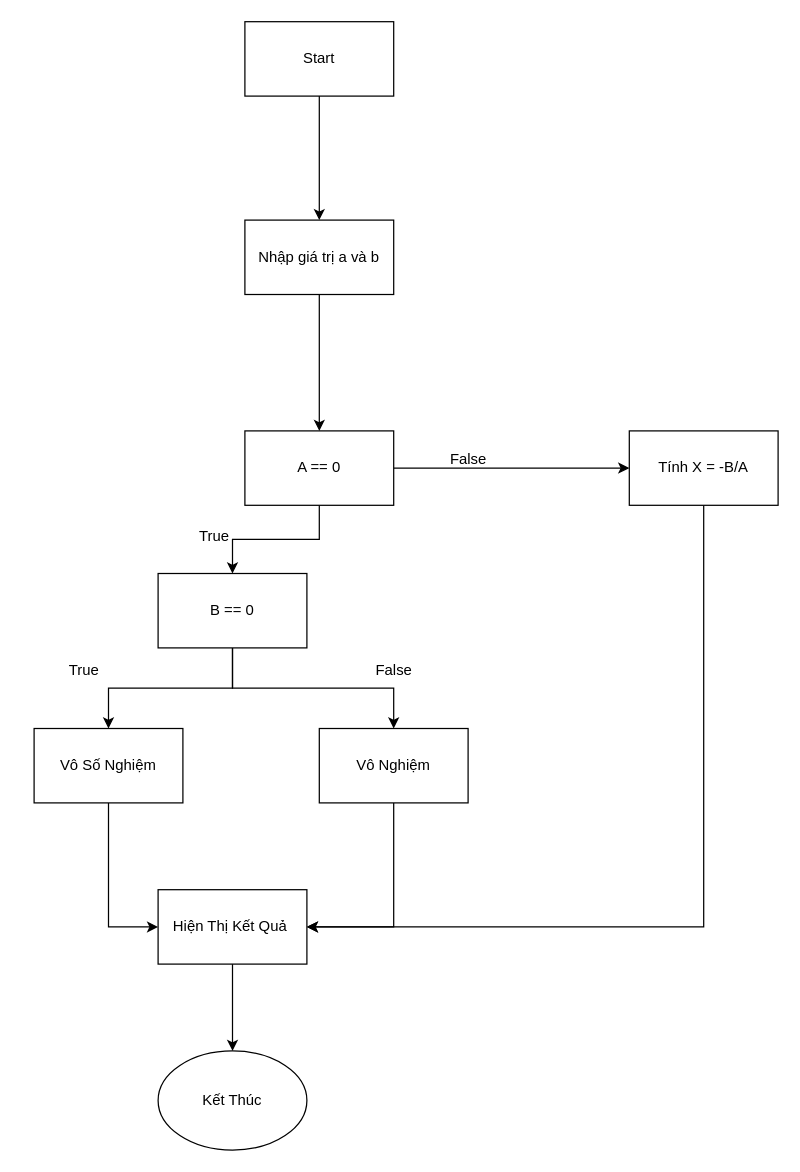
phamcongthanhvn2k6/draw.io keeps this draw.io diagram as phuongtrinhbacnhat.drawio. Above is the earlier version. Source tidied: cells renumbered, new cells numbered last; positions are measured from the earlier drawing's top-left corner, leaving out a move shared by most shapes. Both pictures are drawn from the tidied source at 124%, with x=0, y=0 at pixel (33, 21).
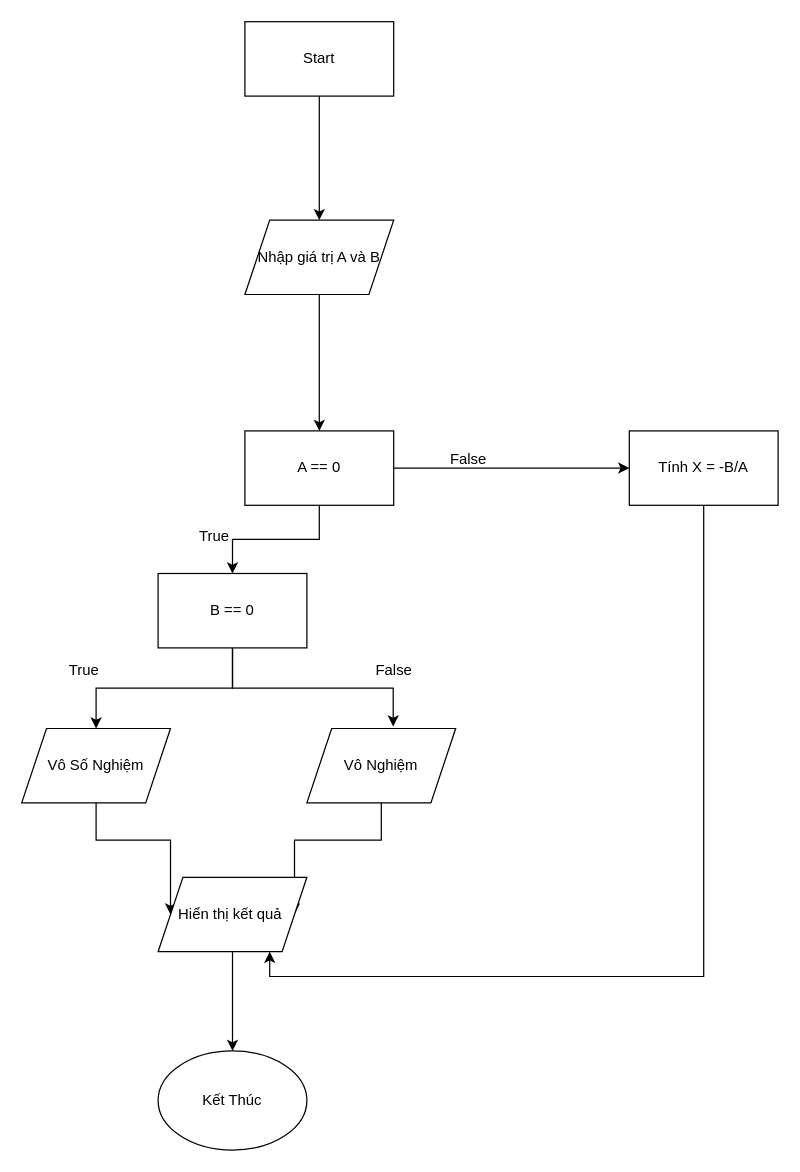
After the change.

Commit message:
Cập nhật phuongtrinhbacnhat.drawio

Unchanged cells that the change refers to:
```xml
<mxCell id="3" value="Start" style="rounded=0;whiteSpace=wrap;html=1;" parent="1" vertex="1">
  <mxGeometry x="170" width="120" height="60" as="geometry" />
</mxCell>
<mxCell id="8" value="A == 0" style="rounded=0;whiteSpace=wrap;html=1;" parent="1" vertex="1">
  <mxGeometry x="170" y="330" width="120" height="60" as="geometry" />
</mxCell>
<mxCell id="11" value="B == 0" style="rounded=0;whiteSpace=wrap;html=1;" parent="1" vertex="1">
  <mxGeometry x="100" y="445" width="120" height="60" as="geometry" />
</mxCell>
<mxCell id="18" value="Kết Thúc" style="ellipse;whiteSpace=wrap;html=1;" parent="1" vertex="1">
  <mxGeometry x="100" y="830" width="120" height="80" as="geometry" />
</mxCell>
<mxCell id="23" value="Tính X = -B/A" style="rounded=0;whiteSpace=wrap;html=1;" parent="1" vertex="1">
  <mxGeometry x="480" y="330" width="120" height="60" as="geometry" />
</mxCell>
```

Change to the diagram source:
```diff
@@
-    <mxCell id="2" style="edgeStyle=orthogonalEdgeStyle;rounded=0;jettySize=auto;html=1;exitX=0.5;exitY=1;exitDx=0;exitDy=0;entryX=0.5;entryY=0;entryDx=0;entryDy=0;" parent="1" edge="1" source="3" target="5">
+    <mxCell id="2" style="edgeStyle=orthogonalEdgeStyle;rounded=0;jettySize=auto;html=1;exitX=0.5;exitY=1;exitDx=0;exitDy=0;entryX=0.5;entryY=0;entryDx=0;entryDy=0;" parent="1" edge="1" source="3" target="26">
       <mxGeometry relative="1" as="geometry" />
     </mxCell>
@@
-    <mxCell id="4" style="edgeStyle=orthogonalEdgeStyle;rounded=0;jettySize=auto;html=1;" parent="1" edge="1" source="5" target="8">
+    <mxCell id="4" style="edgeStyle=orthogonalEdgeStyle;rounded=0;jettySize=auto;html=1;exitX=0.5;exitY=1;exitDx=0;exitDy=0;" parent="1" edge="1" source="26" target="8">
       <mxGeometry relative="1" as="geometry" />
     </mxCell>
-    <mxCell id="5" value="Nhập giá trị a và b" style="rounded=0;whiteSpace=wrap;html=1;" parent="1" vertex="1">
-      <mxGeometry x="170" y="160" width="120" height="60" as="geometry" />
-    </mxCell>
@@
-    <mxCell id="10" style="edgeStyle=orthogonalEdgeStyle;rounded=0;jettySize=auto;html=1;exitX=0.5;exitY=1;exitDx=0;exitDy=0;entryX=0.5;entryY=0;entryDx=0;entryDy=0;" parent="1" edge="1" source="11" target="15">
+    <mxCell id="10" style="edgeStyle=orthogonalEdgeStyle;rounded=0;jettySize=auto;html=1;exitX=0.5;exitY=1;exitDx=0;exitDy=0;entryX=0.58;entryY=-0.027;entryDx=0;entryDy=0;entryPerimeter=0;" parent="1" edge="1" source="11" target="15">
       <mxGeometry relative="1" as="geometry" />
     </mxCell>
@@
-    <mxCell id="12" style="edgeStyle=orthogonalEdgeStyle;rounded=0;jettySize=auto;html=1;exitX=0.5;exitY=1;exitDx=0;exitDy=0;entryX=0;entryY=0.5;entryDx=0;entryDy=0;" parent="1" edge="1" source="13" target="17">
+    <mxCell id="12" style="edgeStyle=orthogonalEdgeStyle;rounded=0;jettySize=auto;html=1;exitX=0.5;exitY=1;exitDx=0;exitDy=0;entryX=0;entryY=0.5;entryDx=0;entryDy=0;" parent="1" edge="1" source="13" target="27">
       <mxGeometry relative="1" as="geometry" />
     </mxCell>
-    <mxCell id="13" value="Vô Số Nghiệm" style="rounded=0;whiteSpace=wrap;html=1;" parent="1" vertex="1">
-      <mxGeometry y="570" width="120" height="60" as="geometry" />
-    </mxCell>
-    <mxCell id="14" style="edgeStyle=orthogonalEdgeStyle;rounded=0;jettySize=auto;html=1;exitX=0.5;exitY=1;exitDx=0;exitDy=0;entryX=1;entryY=0.5;entryDx=0;entryDy=0;" parent="1" edge="1" source="15" target="17">
+    <mxCell id="14" style="edgeStyle=orthogonalEdgeStyle;rounded=0;jettySize=auto;html=1;exitX=0.5;exitY=1;exitDx=0;exitDy=0;entryX=1;entryY=0.5;entryDx=0;entryDy=0;" parent="1" edge="1" source="15" target="27">
       <mxGeometry relative="1" as="geometry" />
     </mxCell>
-    <mxCell id="15" value="Vô Nghiệm" style="rounded=0;whiteSpace=wrap;html=1;" parent="1" vertex="1">
-      <mxGeometry x="230" y="570" width="120" height="60" as="geometry" />
-    </mxCell>
-    <mxCell id="16" style="edgeStyle=orthogonalEdgeStyle;rounded=0;jettySize=auto;html=1;exitX=0.5;exitY=1;exitDx=0;exitDy=0;entryX=0.5;entryY=0;entryDx=0;entryDy=0;" parent="1" edge="1" source="17" target="18">
+    <mxCell id="16" style="edgeStyle=orthogonalEdgeStyle;rounded=0;jettySize=auto;html=1;exitX=0.5;exitY=1;exitDx=0;exitDy=0;entryX=0.5;entryY=0;entryDx=0;entryDy=0;" parent="1" edge="1" source="27" target="18">
       <mxGeometry relative="1" as="geometry" />
     </mxCell>
-    <mxCell id="17" value="Hiện Thị Kết Quả&amp;nbsp;" style="rounded=0;whiteSpace=wrap;html=1;" parent="1" vertex="1">
-      <mxGeometry x="100" y="700" width="120" height="60" as="geometry" />
-    </mxCell>
@@
-    <mxCell id="22" style="edgeStyle=orthogonalEdgeStyle;rounded=0;jettySize=auto;html=1;exitX=0.5;exitY=1;exitDx=0;exitDy=0;entryX=1;entryY=0.5;entryDx=0;entryDy=0;" parent="1" edge="1" source="23" target="17">
+    <mxCell id="22" style="edgeStyle=orthogonalEdgeStyle;rounded=0;orthogonalLoop=1;jettySize=auto;html=1;exitX=1;exitY=0.5;exitDx=0;exitDy=0;entryX=1;entryY=0.5;entryDx=0;entryDy=0;" parent="1" edge="1" source="27" target="27">
       <mxGeometry relative="1" as="geometry" />
     </mxCell>
+    <mxCell id="25" style="edgeStyle=orthogonalEdgeStyle;rounded=0;jettySize=auto;html=1;exitX=0.5;exitY=1;exitDx=0;exitDy=0;entryX=0.75;entryY=1;entryDx=0;entryDy=0;" parent="1" edge="1" source="23" target="27">
+      <mxGeometry relative="1" as="geometry" />
+    </mxCell>
@@
+    <mxCell id="26" value="Nhập giá trị A và B" style="shape=parallelogram;perimeter=parallelogramPerimeter;whiteSpace=wrap;html=1;fixedSize=1;" parent="1" vertex="1">
+      <mxGeometry x="170" y="160" width="120" height="60" as="geometry" />
+    </mxCell>
+    <mxCell id="13" value="Vô Số Nghiệm" style="shape=parallelogram;perimeter=parallelogramPerimeter;whiteSpace=wrap;html=1;fixedSize=1;" parent="1" vertex="1">
+      <mxGeometry x="-10" y="570" width="120" height="60" as="geometry" />
+    </mxCell>
+    <mxCell id="15" value="Vô Nghiệm" style="shape=parallelogram;perimeter=parallelogramPerimeter;whiteSpace=wrap;html=1;fixedSize=1;" parent="1" vertex="1">
+      <mxGeometry x="220" y="570" width="120" height="60" as="geometry" />
+    </mxCell>
+    <mxCell id="27" value="Hiển thị kết quả&amp;nbsp;" style="shape=parallelogram;perimeter=parallelogramPerimeter;whiteSpace=wrap;html=1;fixedSize=1;" parent="1" vertex="1">
+      <mxGeometry x="100" y="690" width="120" height="60" as="geometry" />
+    </mxCell>
```
